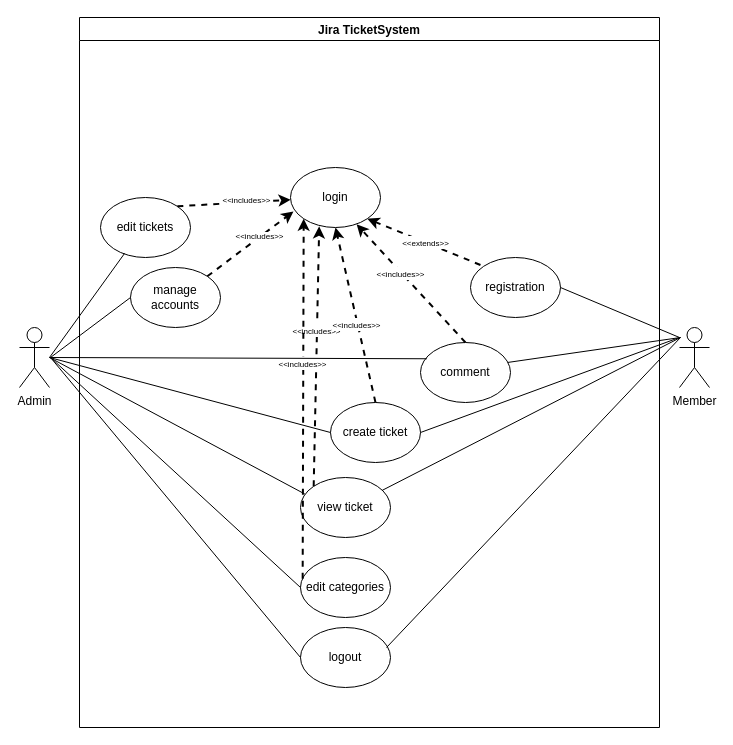
Earlier version of the draw.io diagram UseCase.drawio (antar/Jira-TicketSystem). Source tidied: cells renumbered, new cells numbered last; positions are measured from the earlier drawing's top-left corner, leaving out a move shared by most shapes. Both pictures are drawn from the tidied source at 100%, with x=0, y=0 at pixel (19, 17).
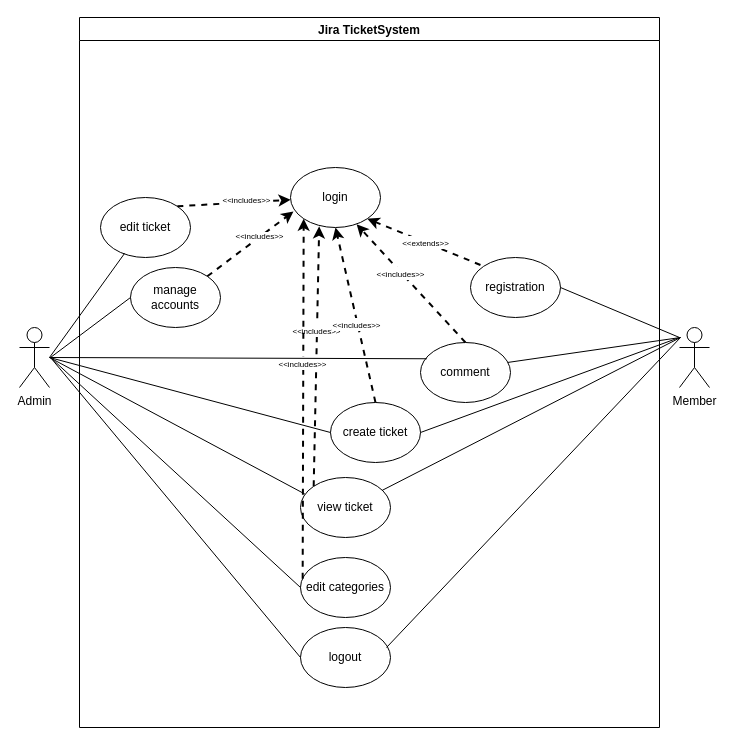
After the change.

Commit message (it also covers changes not shown here):
feat: usecase diagram finished

The change refers to these unchanged cells:
```xml
<mxCell id="2" value="Jira TicketSystem" style="swimlane;" parent="1" vertex="1">
  <mxGeometry x="60" width="580" height="710" as="geometry" />
</mxCell>
```

Change to the diagram source:
```diff
@@
-    <mxCell id="8" value="edit tickets" style="ellipse;whiteSpace=wrap;html=1;" parent="2" vertex="1">
+    <mxCell id="8" value="edit ticket" style="ellipse;whiteSpace=wrap;html=1;" parent="2" vertex="1">
       <mxGeometry x="21" y="180" width="90" height="60" as="geometry" />
     </mxCell>
```
